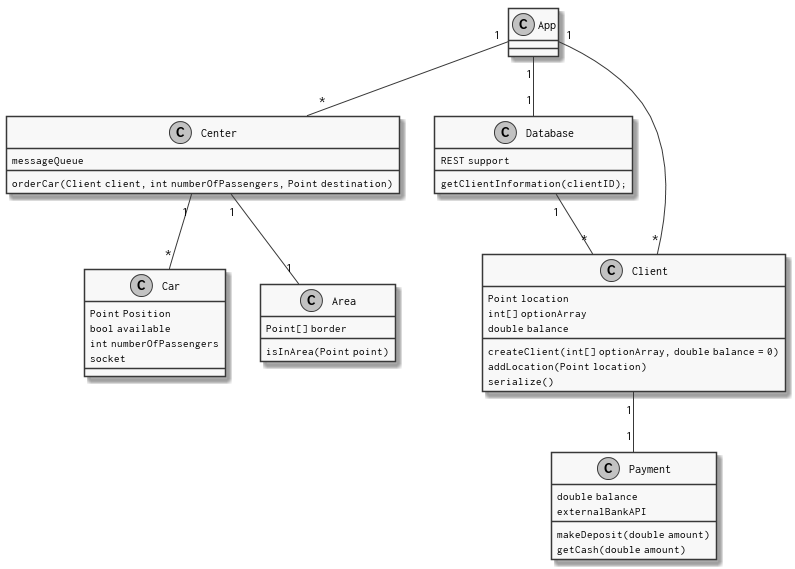
Earlier version of the PlantUML export Diagrams/classDiagram.png (TwanSchoonen/Networking2018).
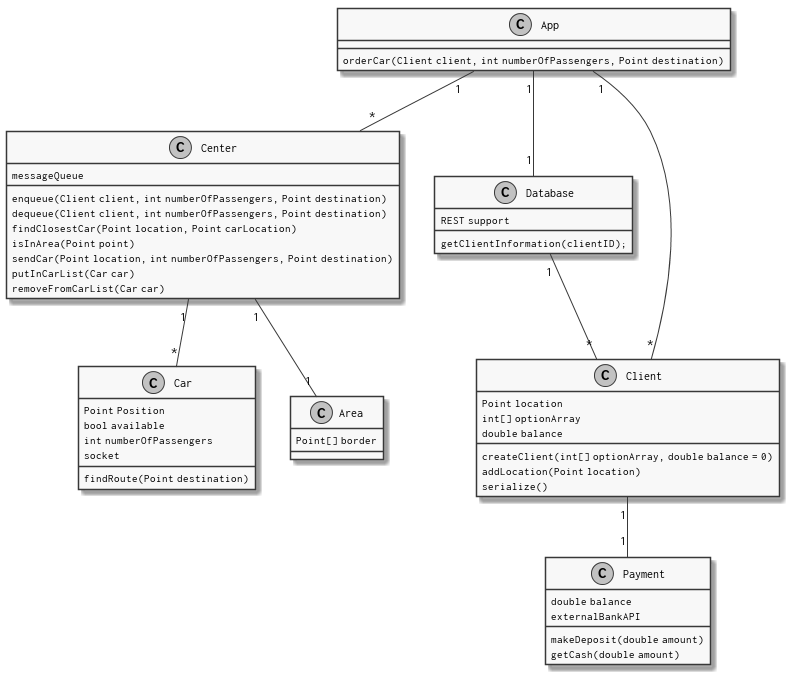
The same file after the commit.

Diff of the diagram source:
```diff
@@ -9,19 +9,24 @@
   int numberOfPassengers
   socket
 
+  findRoute(Point destination)
 }
 
 class Area {
   Point[] border
 
-  isInArea(Point point)
 }
 
 class Center {
   messageQueue
 
-  orderCar(Client client, int numberOfPassengers, Point destination)
-
+  enqueue(Client client, int numberOfPassengers, Point destination)
+  dequeue(Client client, int numberOfPassengers, Point destination)
+  findClosestCar(Point location, Point carLocation)
+  isInArea(Point point)
+  sendCar(Point location, int numberOfPassengers, Point destination)
+  putInCarList(Car car)
+  removeFromCarList(Car car)
 }
 
 class Database {
@@ -31,6 +36,7 @@
 
 class App {
 
+  orderCar(Client client, int numberOfPassengers, Point destination)
 }
 
 class Payment {
```
